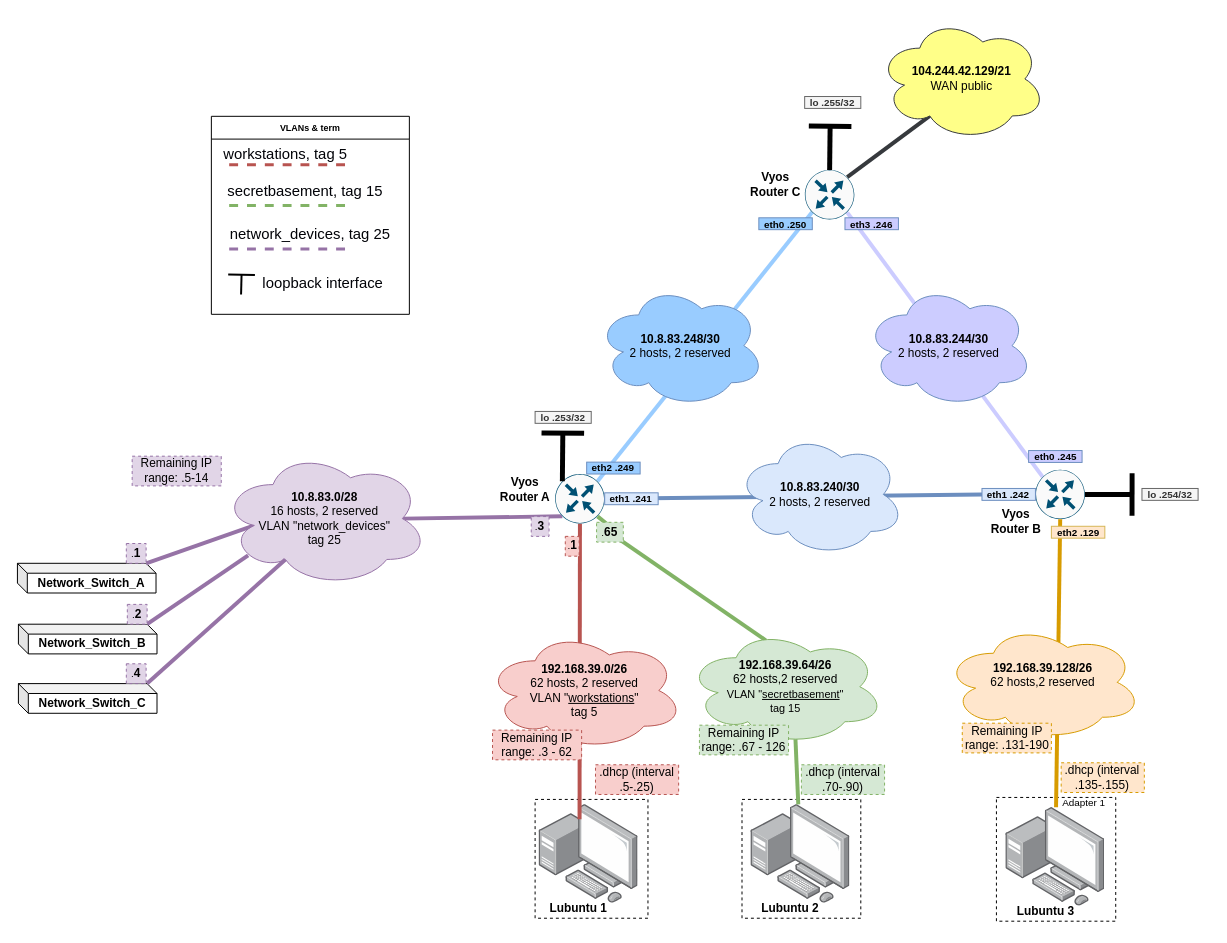
Kjersheim/DataNetworksIntro2023 keeps this draw.io diagram as page "Logical Topology" (3 of 4) of documentation/E09/E09NetworkCharts.drawio. Above is the earlier version. Source tidied: cells renumbered, new cells numbered last; positions are measured from the earlier drawing's top-left corner, leaving out a move shared by most shapes. Both pictures are drawn from the tidied source at 99%, with x=0, y=0 at pixel (17, 17).
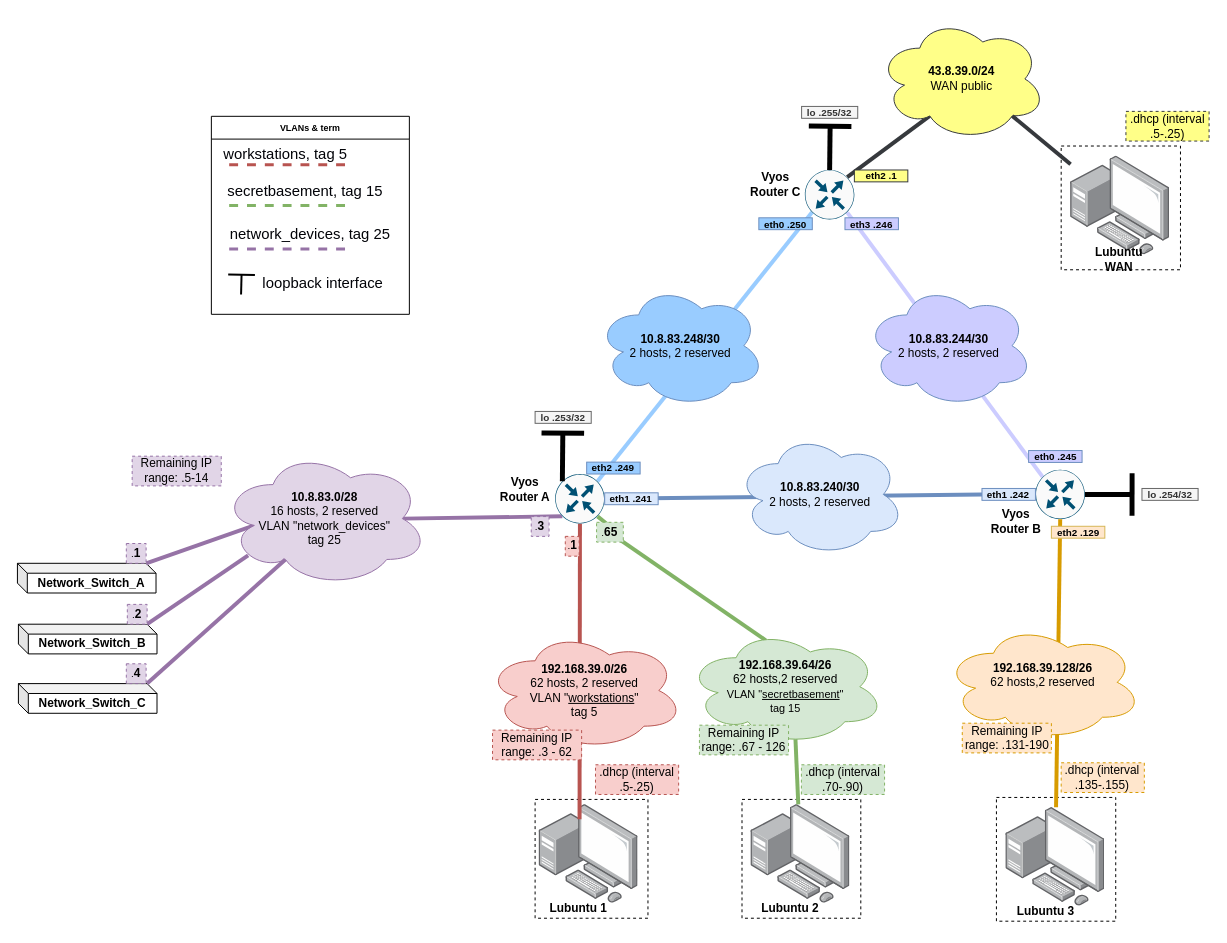
After the change.

What changed in the source:
```diff
@@
-    <mxCell id="35" value="&lt;font style=&quot;font-size: 10px;&quot;&gt;Adapter 1&amp;nbsp;&lt;/font&gt;" style="text;strokeColor=none;align=center;fillColor=none;html=1;verticalAlign=middle;whiteSpace=wrap;rounded=0;rotation=0;fontStyle=0;" parent="1" vertex="1">
-      <mxGeometry x="1039" y="778" width="80" height="30" as="geometry" />
-    </mxCell>
@@
     <mxCell id="78" value="lo .255/32" style="text;strokeColor=#666666;align=center;fillColor=#f5f5f5;html=1;verticalAlign=middle;whiteSpace=wrap;rounded=0;rotation=0;fontStyle=1;fontSize=10;fontColor=#333333;" parent="1" vertex="1">
-      <mxGeometry x="795.3" y="80" width="56.7" height="12" as="geometry" />
+      <mxGeometry x="792.2" y="90" width="56.7" height="12" as="geometry" />
     </mxCell>
@@
-    <mxCell id="80" value="&lt;font style=&quot;font-size: 12px;&quot;&gt;&lt;b&gt;104.244.42.129/21&lt;br&gt;&lt;/b&gt;WAN public&lt;br&gt;&lt;/font&gt;" style="ellipse;shape=cloud;whiteSpace=wrap;html=1;fontSize=9;fillColor=#ffff88;strokeColor=#36393d;" parent="1" vertex="1">
+    <mxCell id="80" value="&lt;font style=&quot;font-size: 12px;&quot;&gt;&lt;b&gt;43.8.39.0/24&lt;br&gt;&lt;/b&gt;WAN public&lt;br&gt;&lt;/font&gt;" style="ellipse;shape=cloud;whiteSpace=wrap;html=1;fontSize=9;fillColor=#ffff88;strokeColor=#36393d;" parent="1" vertex="1">
       <mxGeometry x="869" width="170" height="124.5" as="geometry" />
     </mxCell>
+    <mxCell id="81" value="eth2 .1" style="text;strokeColor=#36393d;align=center;fillColor=#ffff88;html=1;verticalAlign=middle;whiteSpace=wrap;rounded=0;rotation=0;fontStyle=1;fontSize=10;" parent="1" vertex="1">
+      <mxGeometry x="845.5" y="154.2" width="54" height="12" as="geometry" />
+    </mxCell>
+    <mxCell id="82" style="rounded=0;whiteSpace=wrap;html=1;textOpacity=0;fillColor=none;dashed=1;" parent="1" vertex="1">
+      <mxGeometry x="1054.4" y="130" width="120.5" height="125" as="geometry" />
+    </mxCell>
+    <mxCell id="83" style="points=[];html=1;align=center;shadow=0;dashed=0;image;image=img/lib/allied_telesis/computer_and_terminals/Personal_Computer_with_Server.svg;" parent="1" vertex="1">
+      <mxGeometry x="1063.9" y="140" width="100" height="100" as="geometry" />
+    </mxCell>
+    <mxCell id="84" value="Lubuntu WAN" style="text;strokeColor=none;align=center;fillColor=none;html=1;verticalAlign=middle;whiteSpace=wrap;rounded=0;fontStyle=1;" parent="1" vertex="1">
+      <mxGeometry x="1073.9" y="230" width="78" height="30" as="geometry" />
+    </mxCell>
+    <mxCell id="85" value="&lt;font style=&quot;font-size: 12px;&quot;&gt;.dhcp (interval &lt;br&gt;.5-.25)&lt;/font&gt;" style="text;strokeColor=#36393d;align=center;fillColor=#ffff88;html=1;verticalAlign=middle;whiteSpace=wrap;rounded=0;dashed=1;fontSize=10;rotation=0;fontStyle=0;" parent="1" vertex="1">
+      <mxGeometry x="1119.8" y="95" width="84" height="30" as="geometry" />
+    </mxCell>
+    <mxCell id="86" style="endArrow=none;html=1;rounded=0;strokeWidth=4;entryX=0.8;entryY=0.8;entryDx=0;entryDy=0;entryPerimeter=0;fillColor=#ffff88;strokeColor=#36393d;" parent="1" edge="1" source="83" target="80">
+      <mxGeometry relative="1" as="geometry" />
+    </mxCell>
```
